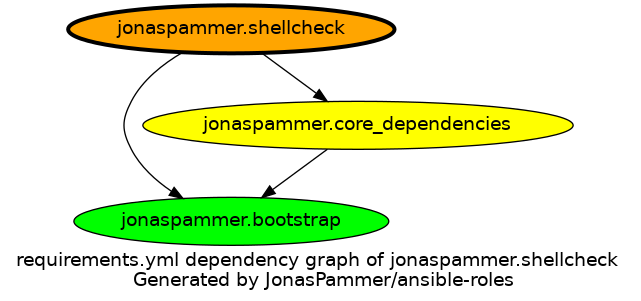
The Graphviz diagram graphs/dependencies_shellcheck.png in JonasPammer/ansible-roles, before a commit. Its source is kept beside it as graphs/dependencies_shellcheck.dot. Its diagram source:
```dot
digraph hierarchy {
  label = "requirements.yml dependency graph of jonaspammer.shellcheck \n Generated by JonasPammer/ansible-roles" ;
  overlap=false

  {
    "jonaspammer.shellcheck" [fillcolor=orange style=filled penwidth=3]
    "jonaspammer.bootstrap" [fillcolor=green style=filled ]
    "jonaspammer.core_dependencies" [fillcolor=yellow style=filled ]
  }


  "jonaspammer.shellcheck" -> {"jonaspammer.bootstrap" "jonaspammer.core_dependencies"}
  "jonaspammer.core_dependencies" -> {"jonaspammer.bootstrap"}
}
```
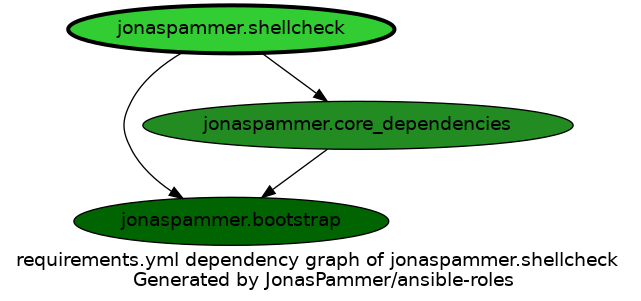
The same file after the commit.

What changed in the source:
```diff
@@ -3,9 +3,9 @@
   overlap=false
 
   {
-    "jonaspammer.shellcheck" [fillcolor=orange style=filled penwidth=3]
-    "jonaspammer.bootstrap" [fillcolor=green style=filled ]
-    "jonaspammer.core_dependencies" [fillcolor=yellow style=filled ]
+    "jonaspammer.shellcheck" [fillcolor=limegreen style=filled penwidth=3]
+    "jonaspammer.bootstrap" [fillcolor=darkgreen style=filled ]
+    "jonaspammer.core_dependencies" [fillcolor=forestgreen style=filled ]
   }
 
 
```
